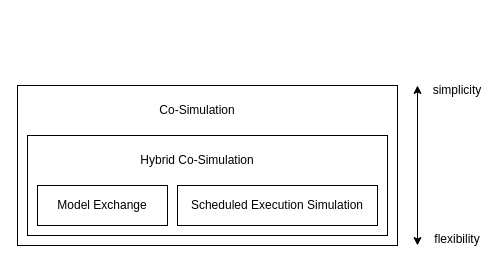
modelica/fmi-standard keeps this draw.io diagram as docs/images/fmi-types-overview.drawio. Above is the earlier version. Source tidied: cells renumbered, new cells numbered last; positions are measured from the earlier drawing's top-left corner, leaving out a move shared by most shapes. Both pictures are drawn from the tidied source at 100%, with x=0, y=0 at pixel (17, 80).
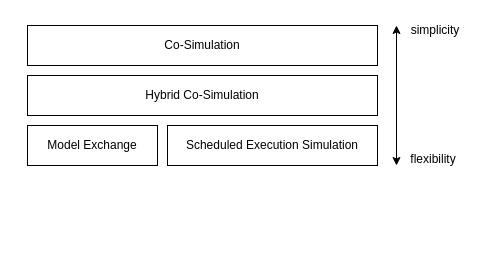
The same diagram, later.

Commit message (it also covers changes not shown here):
Change boxes to layers in FMI types diagram

The edit, as a diff of the source:
```diff
@@
 <mxGraphModel>
   <root>
     <mxCell id="0" />
     <mxCell id="1" parent="0" />
-    <mxCell id="2" style="rounded=0;whiteSpace=wrap;html=1;align=center;" parent="1" vertex="1">
-      <mxGeometry y="5" width="380" height="160" as="geometry" />
+    <mxCell id="2" value="&lt;span style=&quot;white-space: normal&quot;&gt;Co-Simulation&lt;/span&gt;" style="rounded=0;whiteSpace=wrap;html=1;align=center;" parent="1" vertex="1">
+      <mxGeometry x="10" y="-55" width="350" height="40" as="geometry" />
     </mxCell>
-    <mxCell id="3" style="rounded=0;whiteSpace=wrap;html=1;" parent="1" vertex="1">
-      <mxGeometry x="10" y="55" width="360" height="100" as="geometry" />
+    <mxCell id="3" value="&lt;span style=&quot;white-space: normal&quot;&gt;Hybrid Co-Simulation&lt;/span&gt;" style="rounded=0;whiteSpace=wrap;html=1;" parent="1" vertex="1">
+      <mxGeometry x="10" y="-5" width="350" height="40" as="geometry" />
     </mxCell>
     <mxCell id="4" value="Model Exchange" style="rounded=0;whiteSpace=wrap;html=1;" parent="1" vertex="1">
-      <mxGeometry x="20" y="105" width="130" height="40" as="geometry" />
+      <mxGeometry x="10" y="45" width="130" height="40" as="geometry" />
     </mxCell>
     <mxCell id="5" value="Scheduled Execution Simulation" style="rounded=0;whiteSpace=wrap;html=1;" parent="1" vertex="1">
-      <mxGeometry x="160" y="105" width="200" height="40" as="geometry" />
+      <mxGeometry x="150" y="45" width="210" height="40" as="geometry" />
     </mxCell>
-    <mxCell id="6" value="Co-Simulation" style="text;html=1;strokeColor=none;fillColor=none;align=center;verticalAlign=middle;whiteSpace=wrap;rounded=0;" parent="1" vertex="1">
-      <mxGeometry x="130" y="20" width="100" height="20" as="geometry" />
-    </mxCell>
-    <mxCell id="7" value="Hybrid Co-Simulation" style="text;html=1;strokeColor=none;fillColor=none;align=center;verticalAlign=middle;whiteSpace=wrap;rounded=0;" parent="1" vertex="1">
-      <mxGeometry x="105" y="70" width="150" height="20" as="geometry" />
-    </mxCell>
     <mxCell id="8" style="endArrow=classic;startArrow=classic;html=1;" parent="1" edge="1">
       <mxGeometry relative="1" as="geometry">
-        <mxPoint x="400" y="165" as="sourcePoint" />
-        <mxPoint x="400" y="5" as="targetPoint" />
+        <mxPoint x="379" y="85" as="sourcePoint" />
+        <mxPoint x="379" y="-55" as="targetPoint" />
       </mxGeometry>
     </mxCell>
     <mxCell id="9" value="simplicity" style="text;html=1;strokeColor=none;fillColor=none;align=center;verticalAlign=middle;whiteSpace=wrap;rounded=0;" parent="1" vertex="1">
-      <mxGeometry x="420" width="40" height="20" as="geometry" />
+      <mxGeometry x="398" y="-60" width="40" height="20" as="geometry" />
     </mxCell>
     <mxCell id="10" value="flexibility" style="text;html=1;strokeColor=none;fillColor=none;align=center;verticalAlign=middle;whiteSpace=wrap;rounded=0;" parent="1" vertex="1">
-      <mxGeometry x="420" y="149" width="40" height="20" as="geometry" />
+      <mxGeometry x="396" y="69" width="40" height="20" as="geometry" />
     </mxCell>
   </root>
 </mxGraphModel>
```
